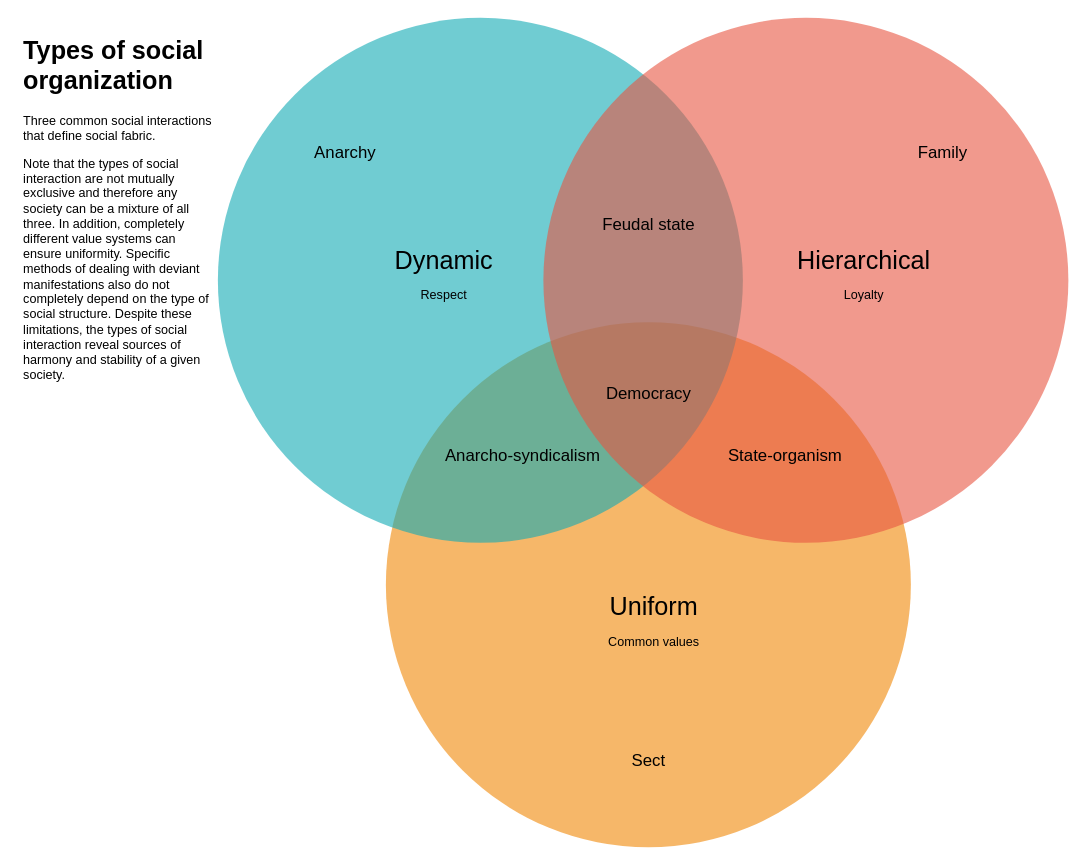
Above: Диаграмма без названия.drawio in nosovicki/instructions (draw.io), before the change. Source tidied: cells renumbered, new cells numbered last; positions are measured from the earlier drawing's top-left corner, leaving out a move shared by most shapes. Both pictures are drawn from the tidied source at 105%, with x=0, y=0 at pixel (18, 17).
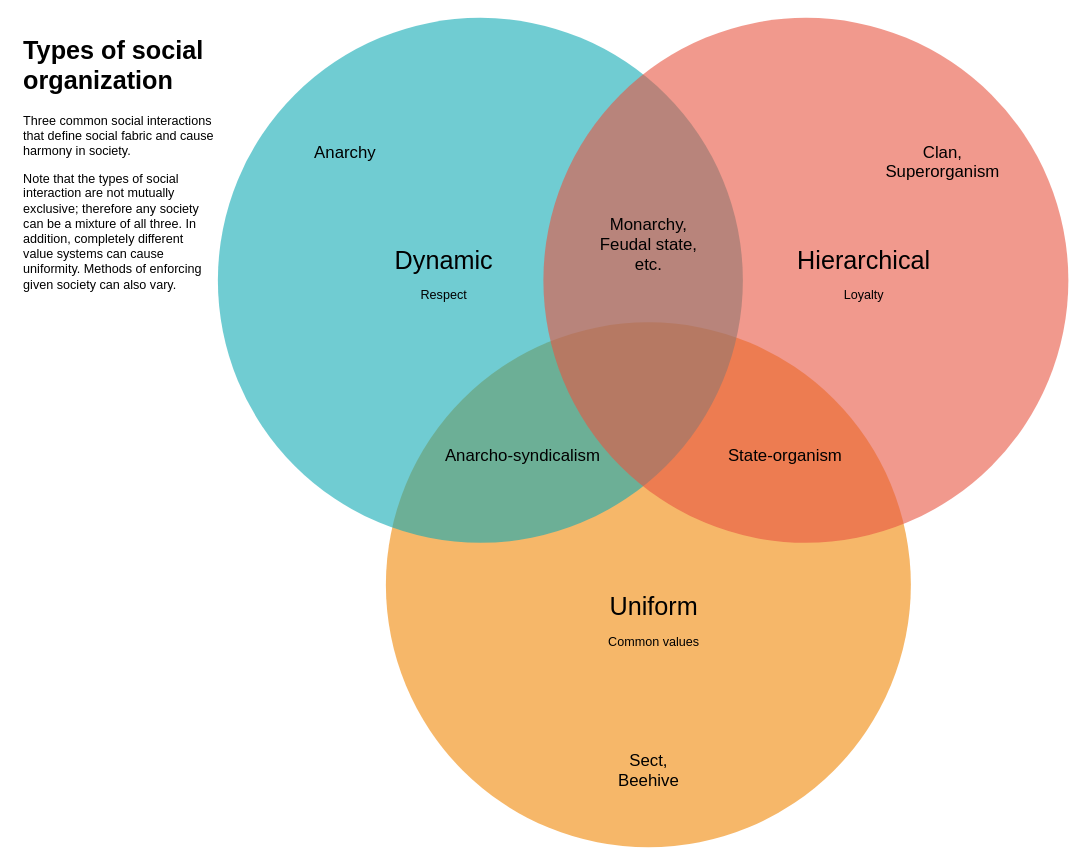
After the change.

Diff of the diagram source:
```diff
@@
 <mxGraphModel>
   <root>
     <mxCell id="0" />
     <mxCell id="1" parent="0" />
     <mxCell id="2" style="ellipse;fillColor=#F08705;opacity=60;strokeColor=none;html=1;fontColor=#FFFFFF;" parent="1" vertex="1">
       <mxGeometry x="350" y="290.5" width="500" height="500" as="geometry" />
     </mxCell>
     <mxCell id="3" style="ellipse;fillColor=#12AAB5;opacity=60;strokeColor=none;html=1;fontColor=#000000;" parent="1" vertex="1">
       <mxGeometry x="190" y="0.5" width="500" height="500" as="geometry" />
     </mxCell>
     <mxCell id="4" style="ellipse;fillColor=#e85642;opacity=60;strokeColor=none;html=1;fontColor=#000000;" parent="1" vertex="1">
       <mxGeometry x="500" y="0.5" width="500" height="500" as="geometry" />
     </mxCell>
     <mxCell id="5" value="Dynamic&lt;br&gt;&lt;font style=&quot;font-size: 12px;&quot;&gt;Respect&lt;/font&gt;" style="text;fontSize=24;align=center;verticalAlign=middle;html=1;fontColor=#000000;" parent="1" vertex="1">
       <mxGeometry x="310" y="210.5" width="190" height="70" as="geometry" />
     </mxCell>
     <mxCell id="6" value="Hierarchical&lt;br&gt;&lt;font style=&quot;font-size: 12px;&quot;&gt;Loyalty&lt;/font&gt;" style="text;fontSize=24;align=center;verticalAlign=middle;html=1;fontColor=#000000;" parent="1" vertex="1">
       <mxGeometry x="710" y="210.5" width="190" height="70" as="geometry" />
     </mxCell>
     <mxCell id="7" value="Uniform&lt;br&gt;&lt;font style=&quot;font-size: 12px;&quot;&gt;Common values&lt;/font&gt;" style="text;fontSize=24;align=center;verticalAlign=middle;html=1;fontColor=#000000;" parent="1" vertex="1">
       <mxGeometry x="510" y="540.5" width="190" height="70" as="geometry" />
     </mxCell>
-    <mxCell id="8" value="Feudal state" style="text;align=center;html=1;fontColor=#000000;fontSize=16;" parent="1" vertex="1">
+    <mxCell id="8" value="Monarchy,&lt;br&gt;Feudal state,&lt;br&gt;etc." style="text;align=center;html=1;fontColor=#000000;fontSize=16;" parent="1" vertex="1">
       <mxGeometry x="580" y="180.5" width="40" height="40" as="geometry" />
     </mxCell>
     <mxCell id="9" value="Anarcho-syndicalism" style="text;align=center;html=1;fontColor=#000000;fontSize=16;" parent="1" vertex="1">
       <mxGeometry x="460" y="400.5" width="40" height="40" as="geometry" />
     </mxCell>
     <mxCell id="10" value="State-organism" style="text;align=center;html=1;fontColor=#000000;fontSize=16;" parent="1" vertex="1">
       <mxGeometry x="710" y="400.5" width="40" height="40" as="geometry" />
     </mxCell>
-    <mxCell id="11" value="Democracy" style="text;align=center;html=1;fontColor=#000000;fontSize=16;" parent="1" vertex="1">
-      <mxGeometry x="580" y="342" width="40" height="40" as="geometry" />
-    </mxCell>
     <mxCell id="12" value="Anarchy" style="text;align=center;html=1;fontColor=#000000;fontSize=16;" parent="1" vertex="1">
       <mxGeometry x="290.5" y="112" width="40" height="40" as="geometry" />
     </mxCell>
-    <mxCell id="13" value="Family" style="text;align=center;html=1;fontColor=#000000;fontSize=16;" parent="1" vertex="1">
+    <mxCell id="13" value="Clan,&lt;br&gt;Superorganism" style="text;align=center;html=1;fontColor=#000000;fontSize=16;" parent="1" vertex="1">
       <mxGeometry x="860" y="112" width="40" height="40" as="geometry" />
     </mxCell>
-    <mxCell id="14" value="Sect" style="text;align=center;html=1;fontColor=#000000;fontSize=16;" parent="1" vertex="1">
+    <mxCell id="14" value="Sect,&lt;br&gt;Beehive" style="text;align=center;html=1;fontColor=#000000;fontSize=16;" parent="1" vertex="1">
       <mxGeometry x="580" y="692" width="40" height="40" as="geometry" />
     </mxCell>
-    <mxCell id="15" value="&lt;h1&gt;Types of social organization&lt;/h1&gt;&lt;p&gt;Three common social interactions that define social fabric.&lt;/p&gt;&lt;p&gt;&lt;span style=&quot;background-color: initial;&quot;&gt;Note that the types of social interaction are not mutually exclusive and therefore any society can be a mixture of all three. In addition, completely different value systems can ensure uniformity. Specific methods of dealing with deviant manifestations also do not completely depend on the type of social structure. Despite these limitations, the types of social interaction reveal sources of harmony and stability of a given society.&lt;/span&gt;&lt;br&gt;&lt;/p&gt;" style="text;html=1;strokeColor=none;fillColor=none;spacing=5;spacingTop=-20;whiteSpace=wrap;overflow=hidden;rounded=0;fontSize=12;fontColor=#000000;" parent="1" vertex="1">
+    <mxCell id="15" value="&lt;h1&gt;Types of social organization&lt;/h1&gt;&lt;p&gt;Three common social interactions that define social fabric and&amp;nbsp;&lt;span style=&quot;background-color: initial;&quot;&gt;cause harmony in society.&lt;/span&gt;&lt;/p&gt;&lt;p&gt;&lt;span style=&quot;background-color: initial;&quot;&gt;Note that the types of social interaction are not mutually exclusive; therefore any society can be a mixture of all three. In addition, completely different value systems can cause uniformity. Methods of enforcing given society can also vary.&lt;/span&gt;&lt;br&gt;&lt;/p&gt;" style="text;html=1;strokeColor=none;fillColor=none;spacing=5;spacingTop=-20;whiteSpace=wrap;overflow=hidden;rounded=0;fontSize=12;fontColor=#000000;" parent="1" vertex="1">
       <mxGeometry y="12" width="190" height="690" as="geometry" />
     </mxCell>
   </root>
 </mxGraphModel>
```
